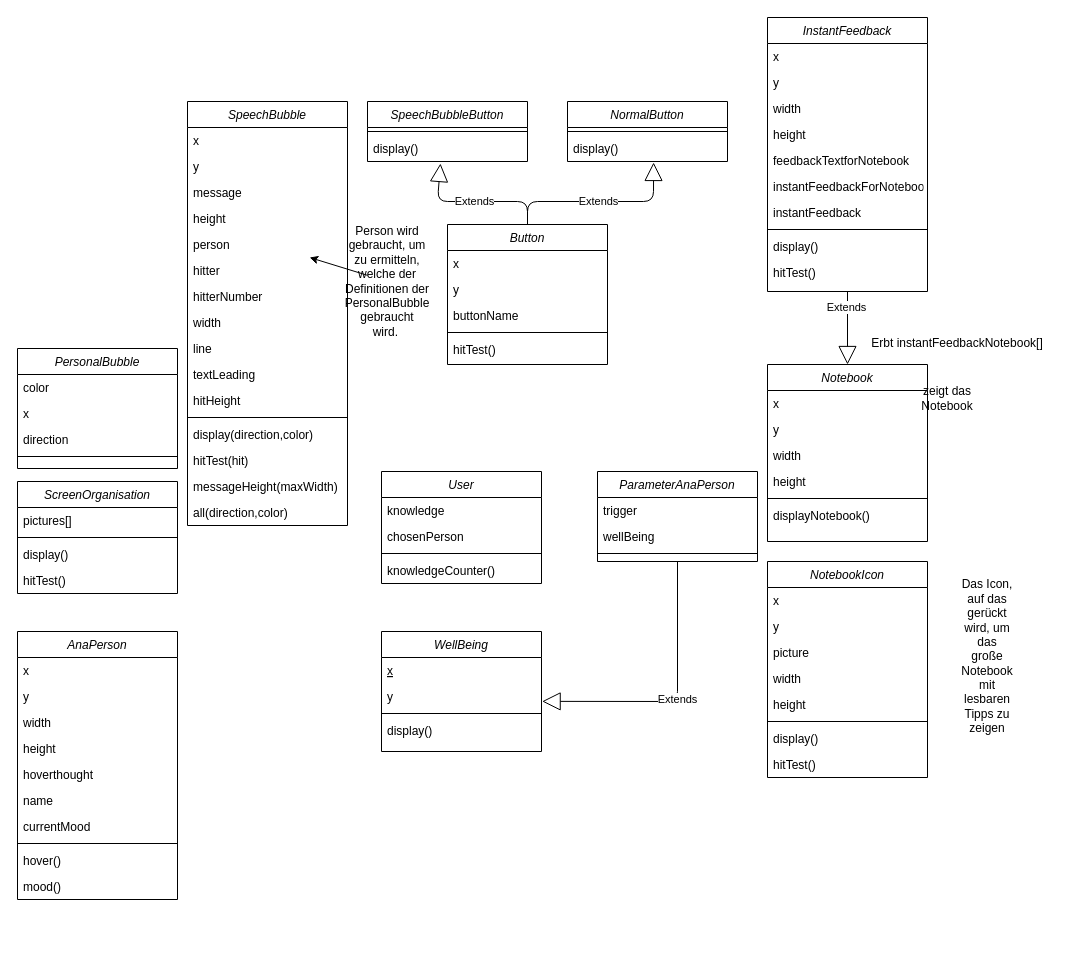
Earlier version of the draw.io diagram KlassendiagrammInYourHead.drawio (tresjulie/inYourHead). Source tidied: cells renumbered, new cells numbered last; positions are measured from the earlier drawing's top-left corner, leaving out a move shared by most shapes. Both pictures are drawn from the tidied source at 100%, with x=0, y=0 at pixel (17, 17).
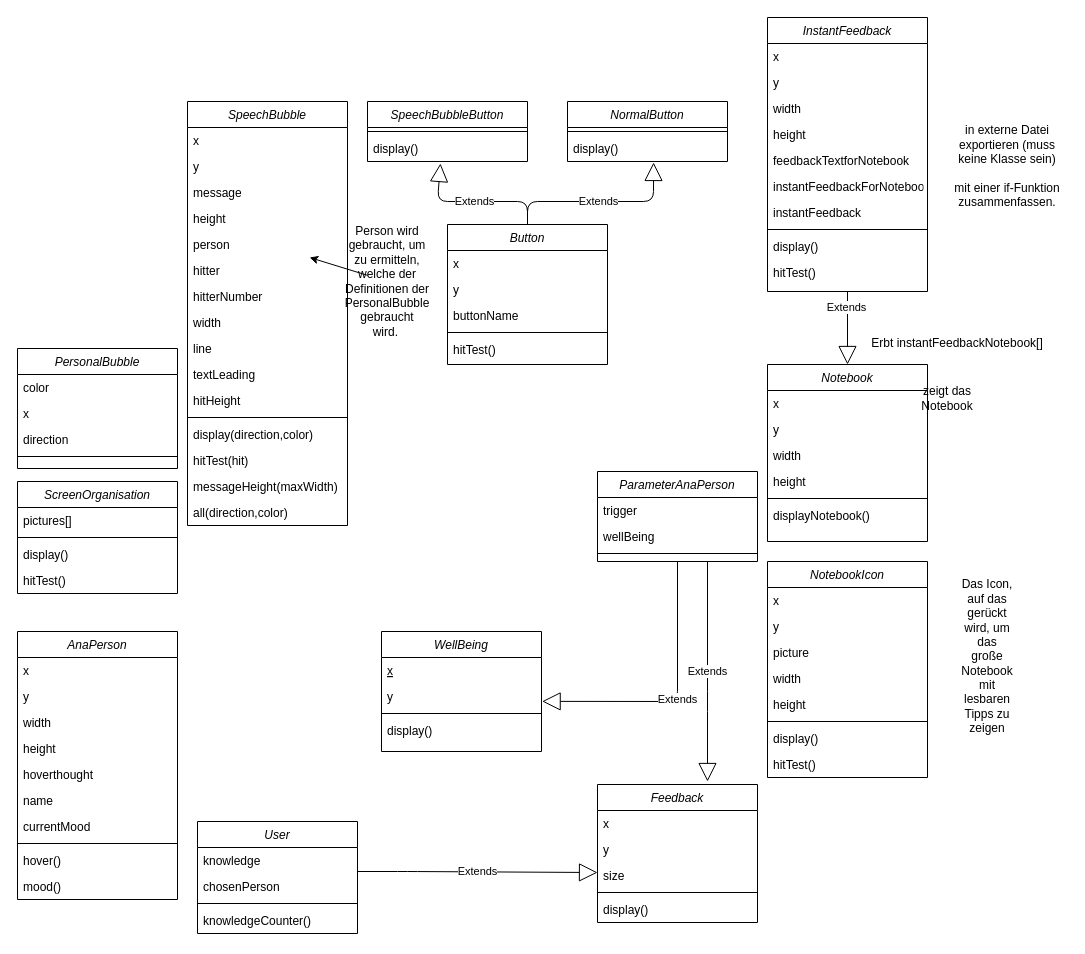
The same diagram, later.

The edit, as a diff of the source:
```diff
@@
     <mxCell id="37" value="User" style="swimlane;fontStyle=2;align=center;verticalAlign=top;horizontal=1;startSize=26;rounded=0;shadow=0;strokeWidth=1;" parent="1" vertex="1">
-      <mxGeometry x="364" y="454" width="160" height="112" as="geometry" />
+      <mxGeometry x="180" y="804" width="160" height="112" as="geometry" />
     </mxCell>
@@
+    <mxCell id="102" value="in externe Datei exportieren (muss keine Klasse sein)&lt;br&gt;&lt;br&gt;mit einer if-Funktion zusammenfassen." style="text;html=1;strokeColor=none;fillColor=none;align=center;verticalAlign=middle;whiteSpace=wrap;rounded=0;" parent="1" vertex="1">
+      <mxGeometry x="930" y="114" width="120" height="70" as="geometry" />
+    </mxCell>
+    <mxCell id="103" value="Feedback" style="swimlane;fontStyle=2;align=center;verticalAlign=top;horizontal=1;startSize=26;rounded=0;shadow=0;strokeWidth=1;" parent="1" vertex="1">
+      <mxGeometry x="580" y="767" width="160" height="138" as="geometry" />
+    </mxCell>
+    <mxCell id="104" value="x" style="text;align=left;verticalAlign=top;spacingLeft=4;spacingRight=4;overflow=hidden;" parent="103" vertex="1">
+      <mxGeometry y="26" width="160" height="26" as="geometry" />
+    </mxCell>
+    <mxCell id="105" value="y" style="text;align=left;verticalAlign=top;spacingLeft=4;spacingRight=4;overflow=hidden;" parent="103" vertex="1">
+      <mxGeometry y="52" width="160" height="26" as="geometry" />
+    </mxCell>
+    <mxCell id="106" value="size" style="text;align=left;verticalAlign=top;spacingLeft=4;spacingRight=4;overflow=hidden;points=[[0,0.5],[1,0.5]];portConstraint=eastwest;" parent="103" vertex="1">
+      <mxGeometry y="78" width="160" height="26" as="geometry" />
+    </mxCell>
+    <mxCell id="107" style="line;html=1;strokeWidth=1;align=left;verticalAlign=middle;spacingTop=-1;spacingLeft=3;spacingRight=3;labelPosition=right;" parent="103" vertex="1">
+      <mxGeometry y="104" width="160" height="8" as="geometry" />
+    </mxCell>
+    <mxCell id="108" value="display()" style="text;align=left;verticalAlign=top;spacingLeft=4;spacingRight=4;overflow=hidden;" parent="103" vertex="1">
+      <mxGeometry y="112" width="160" height="26" as="geometry" />
+    </mxCell>
+    <mxCell id="109" value="Extends" style="endArrow=block;endSize=16;endFill=0;html=1;exitX=0.5;exitY=1;exitDx=0;exitDy=0;" parent="1" edge="1">
+      <mxGeometry relative="1" as="geometry">
+        <mxPoint x="690" y="544" as="sourcePoint" />
+        <mxPoint x="690" y="764" as="targetPoint" />
+        <Array as="points">
+          <mxPoint x="690" y="684" />
+        </Array>
+      </mxGeometry>
+    </mxCell>
+    <mxCell id="110" value="Extends" style="endArrow=block;endSize=16;endFill=0;html=1;entryX=0;entryY=0.385;entryDx=0;entryDy=0;entryPerimeter=0;" parent="1" edge="1" target="106">
+      <mxGeometry relative="1" as="geometry">
+        <mxPoint x="340" y="854" as="sourcePoint" />
+        <Array as="points">
+          <mxPoint x="390" y="854" />
+        </Array>
+      </mxGeometry>
+    </mxCell>
```
